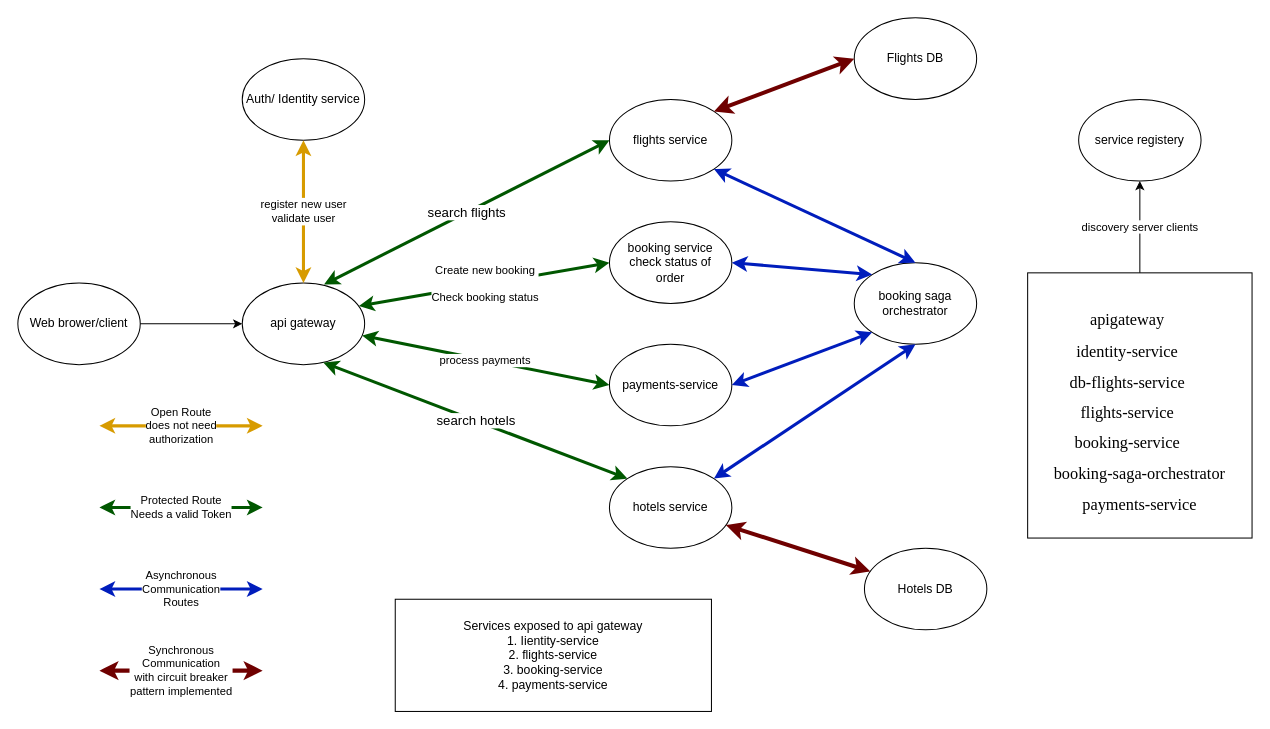
Above: HLD.drawio in varindersingh6885/bookingsystem-backend (draw.io), before the change. Source tidied: cells renumbered, new cells numbered last; positions are measured from the earlier drawing's top-left corner, leaving out a move shared by most shapes. Both pictures are drawn from the tidied source at 102%, with x=0, y=0 at pixel (17, 17).
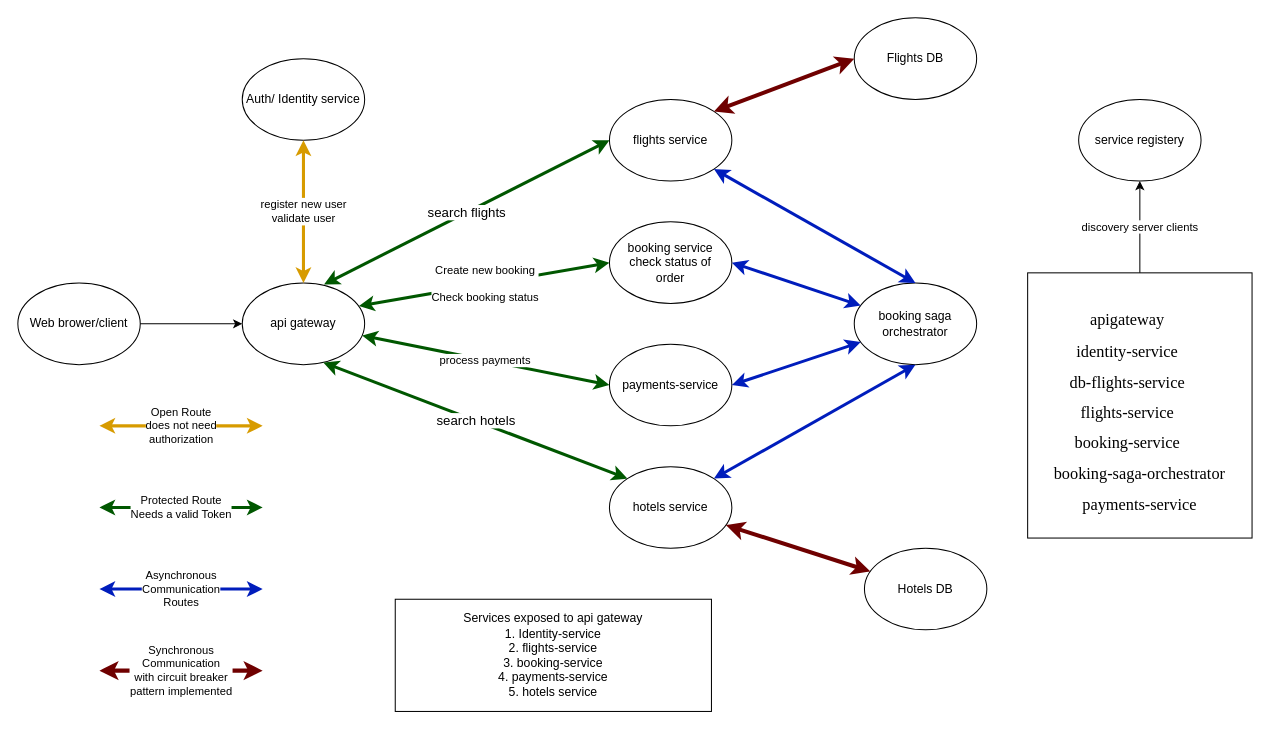
The same page after the edit.

Unchanged cells that the change refers to:
```xml
<mxCell id="15" value="payments-service" style="ellipse;whiteSpace=wrap;html=1;" parent="1" vertex="1">
  <mxGeometry x="580" y="320" width="120" height="80" as="geometry" />
</mxCell>
```

What changed in the source:
```diff
@@
     <mxCell id="10" value="booking saga orchestrator" style="ellipse;whiteSpace=wrap;html=1;" parent="1" vertex="1">
-      <mxGeometry x="820" y="240" width="120" height="80" as="geometry" />
+      <mxGeometry x="820" y="260" width="120" height="80" as="geometry" />
     </mxCell>
@@
-    <mxCell id="14" style="endArrow=classic;startArrow=classic;html=1;rounded=0;fillColor=#0050ef;strokeColor=#001DBC;strokeWidth=3;entryX=0;entryY=0;entryDx=0;entryDy=0;" parent="1" edge="1" target="10">
+    <mxCell id="14" style="endArrow=classic;startArrow=classic;html=1;rounded=0;fillColor=#0050ef;strokeColor=#001DBC;strokeWidth=3;" parent="1" edge="1" target="10">
       <mxGeometry relative="1" as="geometry">
         <mxPoint x="700" y="240" as="sourcePoint" />
       </mxGeometry>
     </mxCell>
@@
-    <mxCell id="18" style="endArrow=classic;startArrow=classic;html=1;rounded=0;entryX=0;entryY=1;entryDx=0;entryDy=0;fillColor=#0050ef;strokeColor=#001DBC;strokeWidth=3;exitX=1;exitY=0.5;exitDx=0;exitDy=0;" parent="1" edge="1" source="15" target="10">
-      <mxGeometry relative="1" as="geometry" />
+    <mxCell id="18" style="endArrow=classic;startArrow=classic;html=1;rounded=0;fillColor=#0050ef;strokeColor=#001DBC;strokeWidth=3;" parent="1" edge="1" target="10">
+      <mxGeometry relative="1" as="geometry">
+        <mxPoint x="700" y="360" as="sourcePoint" />
+      </mxGeometry>
     </mxCell>
@@
-    <mxCell id="26" value="Services exposed to api gateway&lt;br&gt;1. Iientity-service&lt;br&gt;2. flights-service&lt;br&gt;3. booking-service&lt;br&gt;4. payments-service" style="rounded=0;whiteSpace=wrap;html=1;" parent="1" vertex="1">
+    <mxCell id="26" value="Services exposed to api gateway&lt;br&gt;1. Identity-service&lt;br&gt;2. flights-service&lt;br&gt;3. booking-service&lt;br&gt;4. payments-service&lt;br&gt;5. hotels service" style="rounded=0;whiteSpace=wrap;html=1;" parent="1" vertex="1">
       <mxGeometry x="370" y="570" width="310" height="110" as="geometry" />
     </mxCell>
```
